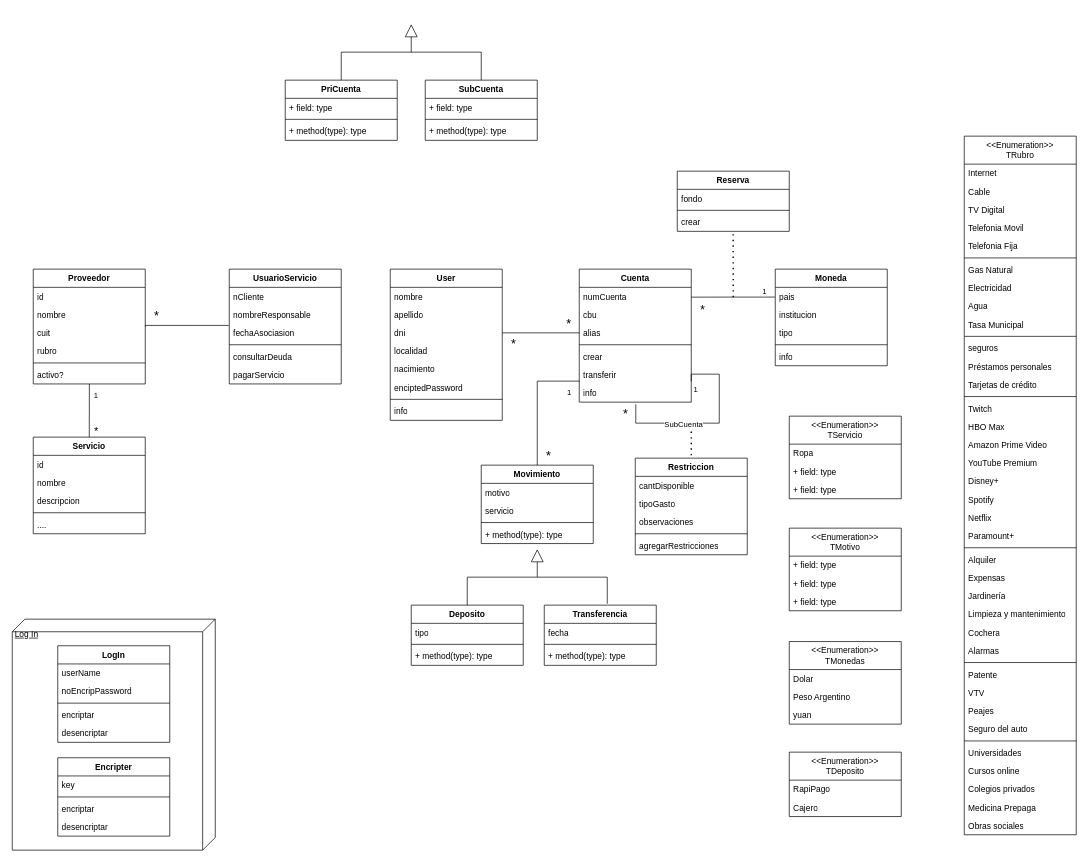
Before: ADS_UML.drawio in camiastrada/ADS-Project, a draw.io diagram. Source tidied: cells renumbered, new cells numbered last; positions are measured from the earlier drawing's top-left corner, leaving out a move shared by most shapes. Both pictures are drawn from the tidied source at 70%, with x=0, y=0 at pixel (12, 24).
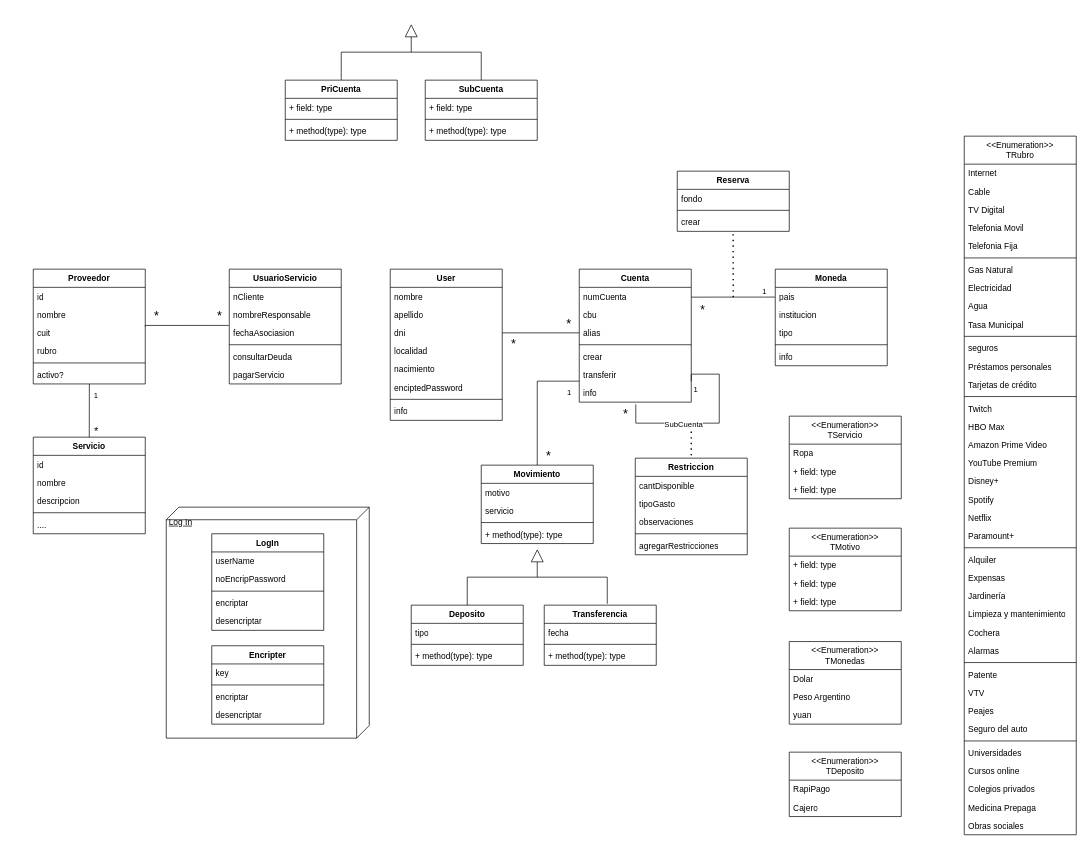
The same diagram, later.

Commit message (it also covers changes not shown here):
Appended/ functionalities file (brainstorming)

The edit, as a diff of the source:
```diff
@@
     <mxCell id="144" style="group;" parent="1" vertex="1">
-      <mxGeometry y="850" width="290" height="330" as="geometry" />
+      <mxGeometry x="220" y="690" width="290" height="330" as="geometry" />
     </mxCell>
@@
+    <mxCell id="171" value="*" style="edgeLabel;html=1;align=right;verticalAlign=bottom;fontSize=18;" parent="1" vertex="1">
+      <mxGeometry x="300" y="430" as="geometry" />
+    </mxCell>
```
